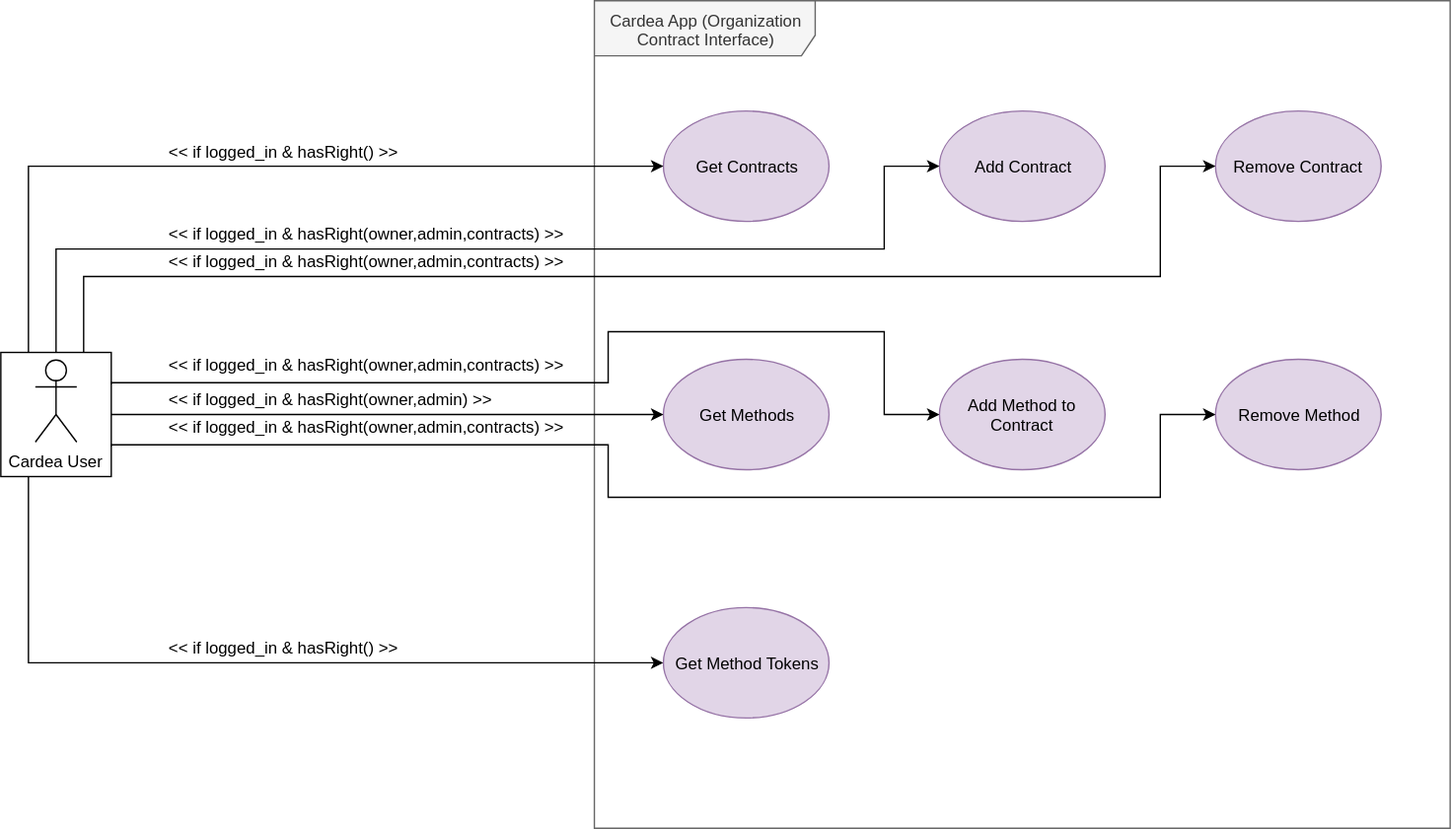
Before: docs/srs/resources/3_1_2_4_use_case_view_cardea_app_organization_contract_interface.svg, a diagram exported from draw.io (cardeapay/stack). Source tidied: cells renumbered, new cells last; positions are measured from the earlier drawing's top-left corner, leaving out a move shared by most shapes. Source of this version:
```xml
<mxGraphModel>
  <root>
    <mxCell id="0" />
    <mxCell id="1" parent="0" />
    <mxCell id="2" value="Cardea App (Organization Contract Interface)" style="shape=umlFrame;whiteSpace=wrap;html=1;width=160;height=40;fillColor=#f5f5f5;strokeColor=#666666;fontColor=#333333;" parent="1" vertex="1">
      <mxGeometry x="430" width="620" height="600" as="geometry" />
    </mxCell>
    <mxCell id="3" value="Add Contract" style="ellipse;whiteSpace=wrap;html=1;fillColor=#e1d5e7;strokeColor=#9673a6;" parent="1" vertex="1">
      <mxGeometry x="680" y="80" width="120" height="80" as="geometry" />
    </mxCell>
    <mxCell id="4" value="Remove Contract" style="ellipse;whiteSpace=wrap;html=1;fillColor=#e1d5e7;strokeColor=#9673a6;" parent="1" vertex="1">
      <mxGeometry x="880" y="80" width="120" height="80" as="geometry" />
    </mxCell>
    <mxCell id="5" value="Get Contracts" style="ellipse;whiteSpace=wrap;html=1;fillColor=#e1d5e7;strokeColor=#9673a6;" parent="1" vertex="1">
      <mxGeometry x="480" y="80" width="120" height="80" as="geometry" />
    </mxCell>
    <mxCell id="6" value="Add Method to Contract" style="ellipse;whiteSpace=wrap;html=1;fillColor=#e1d5e7;strokeColor=#9673a6;" parent="1" vertex="1">
      <mxGeometry x="680" y="260" width="120" height="80" as="geometry" />
    </mxCell>
    <mxCell id="7" value="Get Methods" style="ellipse;whiteSpace=wrap;html=1;fillColor=#e1d5e7;strokeColor=#9673a6;" parent="1" vertex="1">
      <mxGeometry x="480" y="260" width="120" height="80" as="geometry" />
    </mxCell>
    <mxCell id="8" value="Remove Method" style="ellipse;whiteSpace=wrap;html=1;fillColor=#e1d5e7;strokeColor=#9673a6;" parent="1" vertex="1">
      <mxGeometry x="880" y="260" width="120" height="80" as="geometry" />
    </mxCell>
    <mxCell id="9" style="edgeStyle=orthogonalEdgeStyle;rounded=0;jettySize=auto;html=1;exitX=0.25;exitY=0;exitDx=0;exitDy=0;entryX=0;entryY=0.5;entryDx=0;entryDy=0;" parent="1" edge="1" source="16" target="5">
      <mxGeometry relative="1" as="geometry" />
    </mxCell>
    <mxCell id="10" style="edgeStyle=orthogonalEdgeStyle;rounded=0;jettySize=auto;html=1;exitX=0.5;exitY=0;exitDx=0;exitDy=0;entryX=0;entryY=0.5;entryDx=0;entryDy=0;" parent="1" edge="1" source="16" target="3">
      <mxGeometry relative="1" as="geometry">
        <Array as="points">
          <mxPoint x="40" y="180" />
          <mxPoint x="640" y="180" />
          <mxPoint x="640" y="120" />
        </Array>
      </mxGeometry>
    </mxCell>
    <mxCell id="11" style="edgeStyle=orthogonalEdgeStyle;rounded=0;jettySize=auto;html=1;exitX=0.75;exitY=0;exitDx=0;exitDy=0;entryX=0;entryY=0.5;entryDx=0;entryDy=0;" parent="1" edge="1" source="16" target="4">
      <mxGeometry relative="1" as="geometry">
        <Array as="points">
          <mxPoint x="60" y="200" />
          <mxPoint x="840" y="200" />
          <mxPoint x="840" y="120" />
        </Array>
      </mxGeometry>
    </mxCell>
    <mxCell id="12" style="edgeStyle=orthogonalEdgeStyle;rounded=0;jettySize=auto;html=1;exitX=1;exitY=0.5;exitDx=0;exitDy=0;entryX=0;entryY=0.5;entryDx=0;entryDy=0;" parent="1" edge="1" source="16" target="7">
      <mxGeometry relative="1" as="geometry" />
    </mxCell>
    <mxCell id="13" style="edgeStyle=orthogonalEdgeStyle;rounded=0;jettySize=auto;html=1;exitX=1;exitY=0.25;exitDx=0;exitDy=0;entryX=0;entryY=0.5;entryDx=0;entryDy=0;" parent="1" edge="1" source="16" target="6">
      <mxGeometry relative="1" as="geometry">
        <Array as="points">
          <mxPoint x="440" y="277" />
          <mxPoint x="440" y="240" />
          <mxPoint x="640" y="240" />
          <mxPoint x="640" y="300" />
        </Array>
      </mxGeometry>
    </mxCell>
    <mxCell id="14" style="edgeStyle=orthogonalEdgeStyle;rounded=0;jettySize=auto;html=1;exitX=1;exitY=0.75;exitDx=0;exitDy=0;entryX=0;entryY=0.5;entryDx=0;entryDy=0;" parent="1" edge="1" source="16" target="8">
      <mxGeometry relative="1" as="geometry">
        <Array as="points">
          <mxPoint x="440" y="322" />
          <mxPoint x="440" y="360" />
          <mxPoint x="840" y="360" />
          <mxPoint x="840" y="300" />
        </Array>
      </mxGeometry>
    </mxCell>
    <mxCell id="15" style="edgeStyle=orthogonalEdgeStyle;rounded=0;jettySize=auto;html=1;exitX=0.25;exitY=1;exitDx=0;exitDy=0;entryX=0;entryY=0.5;entryDx=0;entryDy=0;" parent="1" edge="1" source="16" target="24">
      <mxGeometry relative="1" as="geometry" />
    </mxCell>
    <mxCell id="16" style="html=1;fillColor=none;" parent="1" vertex="1">
      <mxGeometry y="255" width="80" height="90" as="geometry" />
    </mxCell>
    <mxCell id="17" value="Cardea User" style="shape=umlActor;verticalLabelPosition=bottom;labelBackgroundColor=#ffffff;verticalAlign=top;html=1;" parent="1" vertex="1">
      <mxGeometry x="25" y="260" width="30" height="60" as="geometry" />
    </mxCell>
    <mxCell id="18" value="&amp;lt;&amp;lt; if logged_in &amp;amp; hasRight() &amp;gt;&amp;gt;&lt;span style=&quot;font-family: &amp;#34;helvetica&amp;#34; , &amp;#34;arial&amp;#34; , sans-serif ; font-size: 0px&quot;&gt;%3CmxGraphModel%3E%3Croot%3E%3CmxCell%20id%3D%220%22%2F%3E%3CmxCell%20id%3D%221%22%20parent%3D%220%22%2F%3E%3CmxCell%20id%3D%222%22%20value%3D%22%22%20style%3D%22html%3D1%3BfillColor%3Dnone%3B%22%20vertex%3D%221%22%20parent%3D%221%22%3E%3CmxGeometry%20x%3D%22-120%22%20y%3D%22255%22%20width%3D%2280%22%20height%3D%2290%22%20as%3D%22geometry%22%2F%3E%3C%2FmxCell%3E%3CmxCell%20id%3D%223%22%20value%3D%22Cardea%20User%22%20style%3D%22shape%3DumlActor%3BverticalLabelPosition%3Dbottom%3BlabelBackgroundColor%3D%23ffffff%3BverticalAlign%3Dtop%3Bhtml%3D1%3B%22%20vertex%3D%221%22%20parent%3D%221%22%3E%3CmxGeometry%20x%3D%22-95%22%20y%3D%22260%22%20width%3D%2230%22%20height%3D%2260%22%20as%3D%22geometry%22%2F%3E%3C%2FmxCell%3E%3C%2Froot%3E%3C%2FmxGraphModel%3&lt;/span&gt;" style="text;html=1;align=left;verticalAlign=top;spacingTop=-4;" parent="1" vertex="1">
      <mxGeometry x="120" y="100" width="180" height="20" as="geometry" />
    </mxCell>
    <mxCell id="19" value="&amp;lt;&amp;lt; if logged_in &amp;amp; hasRight(owner,admin,contracts) &amp;gt;&amp;gt;&lt;span style=&quot;font-family: &amp;#34;helvetica&amp;#34; , &amp;#34;arial&amp;#34; , sans-serif ; font-size: 0px&quot;&gt;%3CmxGraphModel%3E%3Croot%3E%3CmxCell%20id%3D%220%22%2F%3E%3CmxCell%20id%3D%221%22%20parent%3D%220%22%2F%3E%3CmxCell%20id%3D%222%22%20value%3D%22%22%20style%3D%22html%3D1%3BfillColor%3Dnone%3B%22%20vertex%3D%221%22%20parent%3D%221%22%3E%3CmxGeometry%20x%3D%22-120%22%20y%3D%22255%22%20width%3D%2280%22%20height%3D%2290%22%20as%3D%22geometry%22%2F%3E%3C%2FmxCell%3E%3CmxCell%20id%3D%223%22%20value%3D%22Cardea%20User%22%20style%3D%22shape%3DumlActor%3BverticalLabelPosition%3Dbottom%3BlabelBackgroundColor%3D%23ffffff%3BverticalAlign%3Dtop%3Bhtml%3D1%3B%22%20vertex%3D%221%22%20parent%3D%221%22%3E%3CmxGeometry%20x%3D%22-95%22%20y%3D%22260%22%20width%3D%2230%22%20height%3D%2260%22%20as%3D%22geometry%22%2F%3E%3C%2FmxCell%3E%3C%2Froot%3E%3C%2FmxGraphModel%3&lt;/span&gt;" style="text;html=1;align=left;verticalAlign=top;spacingTop=-4;" parent="1" vertex="1">
      <mxGeometry x="120" y="160" width="300" height="20" as="geometry" />
    </mxCell>
    <mxCell id="20" value="&amp;lt;&amp;lt; if logged_in &amp;amp; hasRight(owner,admin,contracts) &amp;gt;&amp;gt;&lt;span style=&quot;font-family: &amp;#34;helvetica&amp;#34; , &amp;#34;arial&amp;#34; , sans-serif ; font-size: 0px&quot;&gt;%3CmxGraphModel%3E%3Croot%3E%3CmxCell%20id%3D%220%22%2F%3E%3CmxCell%20id%3D%221%22%20parent%3D%220%22%2F%3E%3CmxCell%20id%3D%222%22%20value%3D%22%22%20style%3D%22html%3D1%3BfillColor%3Dnone%3B%22%20vertex%3D%221%22%20parent%3D%221%22%3E%3CmxGeometry%20x%3D%22-120%22%20y%3D%22255%22%20width%3D%2280%22%20height%3D%2290%22%20as%3D%22geometry%22%2F%3E%3C%2FmxCell%3E%3CmxCell%20id%3D%223%22%20value%3D%22Cardea%20User%22%20style%3D%22shape%3DumlActor%3BverticalLabelPosition%3Dbottom%3BlabelBackgroundColor%3D%23ffffff%3BverticalAlign%3Dtop%3Bhtml%3D1%3B%22%20vertex%3D%221%22%20parent%3D%221%22%3E%3CmxGeometry%20x%3D%22-95%22%20y%3D%22260%22%20width%3D%2230%22%20height%3D%2260%22%20as%3D%22geometry%22%2F%3E%3C%2FmxCell%3E%3C%2Froot%3E%3C%2FmxGraphModel%3&lt;/span&gt;" style="text;html=1;align=left;verticalAlign=top;spacingTop=-4;" parent="1" vertex="1">
      <mxGeometry x="120" y="180" width="300" height="20" as="geometry" />
    </mxCell>
    <mxCell id="21" value="&amp;lt;&amp;lt; if logged_in &amp;amp; hasRight(owner,admin,contracts) &amp;gt;&amp;gt;&lt;span style=&quot;font-family: &amp;#34;helvetica&amp;#34; , &amp;#34;arial&amp;#34; , sans-serif ; font-size: 0px&quot;&gt;%3CmxGraphModel%3E%3Croot%3E%3CmxCell%20id%3D%220%22%2F%3E%3CmxCell%20id%3D%221%22%20parent%3D%220%22%2F%3E%3CmxCell%20id%3D%222%22%20value%3D%22%22%20style%3D%22html%3D1%3BfillColor%3Dnone%3B%22%20vertex%3D%221%22%20parent%3D%221%22%3E%3CmxGeometry%20x%3D%22-120%22%20y%3D%22255%22%20width%3D%2280%22%20height%3D%2290%22%20as%3D%22geometry%22%2F%3E%3C%2FmxCell%3E%3CmxCell%20id%3D%223%22%20value%3D%22Cardea%20User%22%20style%3D%22shape%3DumlActor%3BverticalLabelPosition%3Dbottom%3BlabelBackgroundColor%3D%23ffffff%3BverticalAlign%3Dtop%3Bhtml%3D1%3B%22%20vertex%3D%221%22%20parent%3D%221%22%3E%3CmxGeometry%20x%3D%22-95%22%20y%3D%22260%22%20width%3D%2230%22%20height%3D%2260%22%20as%3D%22geometry%22%2F%3E%3C%2FmxCell%3E%3C%2Froot%3E%3C%2FmxGraphModel%3&lt;/span&gt;" style="text;html=1;align=left;verticalAlign=top;spacingTop=-4;" parent="1" vertex="1">
      <mxGeometry x="120" y="255" width="300" height="20" as="geometry" />
    </mxCell>
    <mxCell id="22" value="&amp;lt;&amp;lt; if logged_in &amp;amp; hasRight(owner,admin) &amp;gt;&amp;gt;&lt;span style=&quot;font-family: &amp;#34;helvetica&amp;#34; , &amp;#34;arial&amp;#34; , sans-serif ; font-size: 0px&quot;&gt;%3CmxGraphModel%3E%3Croot%3E%3CmxCell%20id%3D%220%22%2F%3E%3CmxCell%20id%3D%221%22%20parent%3D%220%22%2F%3E%3CmxCell%20id%3D%222%22%20value%3D%22%22%20style%3D%22html%3D1%3BfillColor%3Dnone%3B%22%20vertex%3D%221%22%20parent%3D%221%22%3E%3CmxGeometry%20x%3D%22-120%22%20y%3D%22255%22%20width%3D%2280%22%20height%3D%2290%22%20as%3D%22geometry%22%2F%3E%3C%2FmxCell%3E%3CmxCell%20id%3D%223%22%20value%3D%22Cardea%20User%22%20style%3D%22shape%3DumlActor%3BverticalLabelPosition%3Dbottom%3BlabelBackgroundColor%3D%23ffffff%3BverticalAlign%3Dtop%3Bhtml%3D1%3B%22%20vertex%3D%221%22%20parent%3D%221%22%3E%3CmxGeometry%20x%3D%22-95%22%20y%3D%22260%22%20width%3D%2230%22%20height%3D%2260%22%20as%3D%22geometry%22%2F%3E%3C%2FmxCell%3E%3C%2Froot%3E%3C%2FmxGraphModel%3&lt;/span&gt;" style="text;html=1;align=left;verticalAlign=top;spacingTop=-4;" parent="1" vertex="1">
      <mxGeometry x="120" y="280" width="250" height="20" as="geometry" />
    </mxCell>
    <mxCell id="23" value="&amp;lt;&amp;lt; if logged_in &amp;amp; hasRight(owner,admin,contracts) &amp;gt;&amp;gt;&lt;span style=&quot;font-family: &amp;#34;helvetica&amp;#34; , &amp;#34;arial&amp;#34; , sans-serif ; font-size: 0px&quot;&gt;%3CmxGraphModel%3E%3Croot%3E%3CmxCell%20id%3D%220%22%2F%3E%3CmxCell%20id%3D%221%22%20parent%3D%220%22%2F%3E%3CmxCell%20id%3D%222%22%20value%3D%22%22%20style%3D%22html%3D1%3BfillColor%3Dnone%3B%22%20vertex%3D%221%22%20parent%3D%221%22%3E%3CmxGeometry%20x%3D%22-120%22%20y%3D%22255%22%20width%3D%2280%22%20height%3D%2290%22%20as%3D%22geometry%22%2F%3E%3C%2FmxCell%3E%3CmxCell%20id%3D%223%22%20value%3D%22Cardea%20User%22%20style%3D%22shape%3DumlActor%3BverticalLabelPosition%3Dbottom%3BlabelBackgroundColor%3D%23ffffff%3BverticalAlign%3Dtop%3Bhtml%3D1%3B%22%20vertex%3D%221%22%20parent%3D%221%22%3E%3CmxGeometry%20x%3D%22-95%22%20y%3D%22260%22%20width%3D%2230%22%20height%3D%2260%22%20as%3D%22geometry%22%2F%3E%3C%2FmxCell%3E%3C%2Froot%3E%3C%2FmxGraphModel%3&lt;/span&gt;" style="text;html=1;align=left;verticalAlign=top;spacingTop=-4;" parent="1" vertex="1">
      <mxGeometry x="120" y="300" width="300" height="20" as="geometry" />
    </mxCell>
    <mxCell id="24" value="Get Method Tokens" style="ellipse;whiteSpace=wrap;html=1;fillColor=#e1d5e7;strokeColor=#9673a6;" parent="1" vertex="1">
      <mxGeometry x="480" y="440" width="120" height="80" as="geometry" />
    </mxCell>
    <mxCell id="25" value="&amp;lt;&amp;lt; if logged_in &amp;amp; hasRight() &amp;gt;&amp;gt;&lt;span style=&quot;font-family: &amp;#34;helvetica&amp;#34; , &amp;#34;arial&amp;#34; , sans-serif ; font-size: 0px&quot;&gt;%3CmxGraphModel%3E%3Croot%3E%3CmxCell%20id%3D%220%22%2F%3E%3CmxCell%20id%3D%221%22%20parent%3D%220%22%2F%3E%3CmxCell%20id%3D%222%22%20value%3D%22%22%20style%3D%22html%3D1%3BfillColor%3Dnone%3B%22%20vertex%3D%221%22%20parent%3D%221%22%3E%3CmxGeometry%20x%3D%22-120%22%20y%3D%22255%22%20width%3D%2280%22%20height%3D%2290%22%20as%3D%22geometry%22%2F%3E%3C%2FmxCell%3E%3CmxCell%20id%3D%223%22%20value%3D%22Cardea%20User%22%20style%3D%22shape%3DumlActor%3BverticalLabelPosition%3Dbottom%3BlabelBackgroundColor%3D%23ffffff%3BverticalAlign%3Dtop%3Bhtml%3D1%3B%22%20vertex%3D%221%22%20parent%3D%221%22%3E%3CmxGeometry%20x%3D%22-95%22%20y%3D%22260%22%20width%3D%2230%22%20height%3D%2260%22%20as%3D%22geometry%22%2F%3E%3C%2FmxCell%3E%3C%2Froot%3E%3C%2FmxGraphModel%3&lt;/span&gt;" style="text;html=1;align=left;verticalAlign=top;spacingTop=-4;" parent="1" vertex="1">
      <mxGeometry x="120" y="460" width="180" height="20" as="geometry" />
    </mxCell>
  </root>
</mxGraphModel>
```
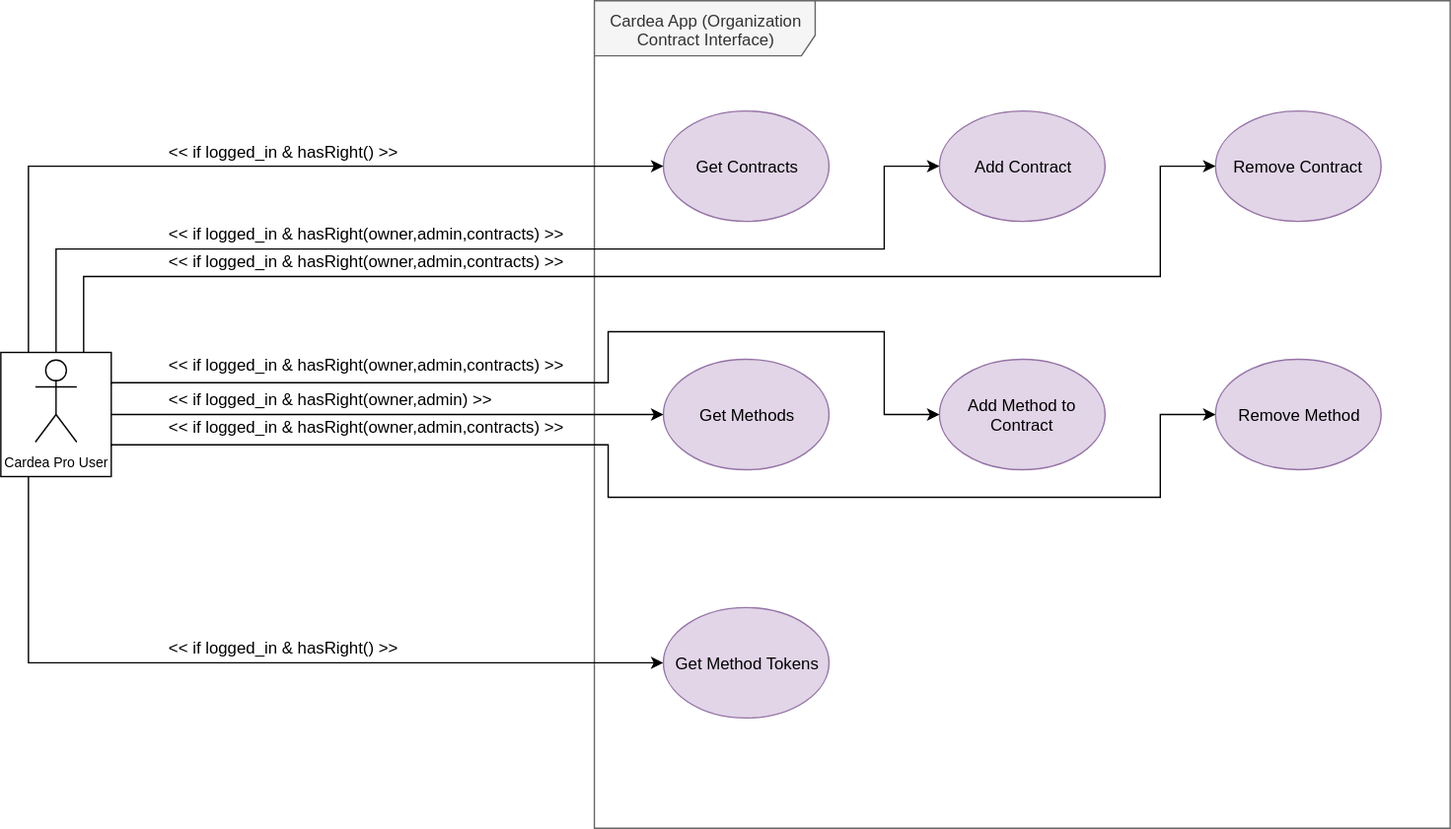
The same diagram one commit later.

Commit message:
fix(srs): user types clarifications

Change to the diagram source:
```diff
@@ -73,7 +73,7 @@
     <mxCell id="16" style="html=1;fillColor=none;" parent="1" vertex="1">
       <mxGeometry y="255" width="80" height="90" as="geometry" />
     </mxCell>
-    <mxCell id="17" value="Cardea User" style="shape=umlActor;verticalLabelPosition=bottom;labelBackgroundColor=#ffffff;verticalAlign=top;html=1;" parent="1" vertex="1">
+    <mxCell id="17" value="&lt;font style=&quot;font-size: 10px&quot;&gt;Cardea Pro User&lt;/font&gt;" style="shape=umlActor;verticalLabelPosition=bottom;labelBackgroundColor=#ffffff;verticalAlign=top;html=1;" parent="1" vertex="1">
       <mxGeometry x="25" y="260" width="30" height="60" as="geometry" />
     </mxCell>
     <mxCell id="18" value="&amp;lt;&amp;lt; if logged_in &amp;amp; hasRight() &amp;gt;&amp;gt;&lt;span style=&quot;font-family: &amp;#34;helvetica&amp;#34; , &amp;#34;arial&amp;#34; , sans-serif ; font-size: 0px&quot;&gt;%3CmxGraphModel%3E%3Croot%3E%3CmxCell%20id%3D%220%22%2F%3E%3CmxCell%20id%3D%221%22%20parent%3D%220%22%2F%3E%3CmxCell%20id%3D%222%22%20value%3D%22%22%20style%3D%22html%3D1%3BfillColor%3Dnone%3B%22%20vertex%3D%221%22%20parent%3D%221%22%3E%3CmxGeometry%20x%3D%22-120%22%20y%3D%22255%22%20width%3D%2280%22%20height%3D%2290%22%20as%3D%22geometry%22%2F%3E%3C%2FmxCell%3E%3CmxCell%20id%3D%223%22%20value%3D%22Cardea%20User%22%20style%3D%22shape%3DumlActor%3BverticalLabelPosition%3Dbottom%3BlabelBackgroundColor%3D%23ffffff%3BverticalAlign%3Dtop%3Bhtml%3D1%3B%22%20vertex%3D%221%22%20parent%3D%221%22%3E%3CmxGeometry%20x%3D%22-95%22%20y%3D%22260%22%20width%3D%2230%22%20height%3D%2260%22%20as%3D%22geometry%22%2F%3E%3C%2FmxCell%3E%3C%2Froot%3E%3C%2FmxGraphModel%3&lt;/span&gt;" style="text;html=1;align=left;verticalAlign=top;spacingTop=-4;" parent="1" vertex="1">
```
